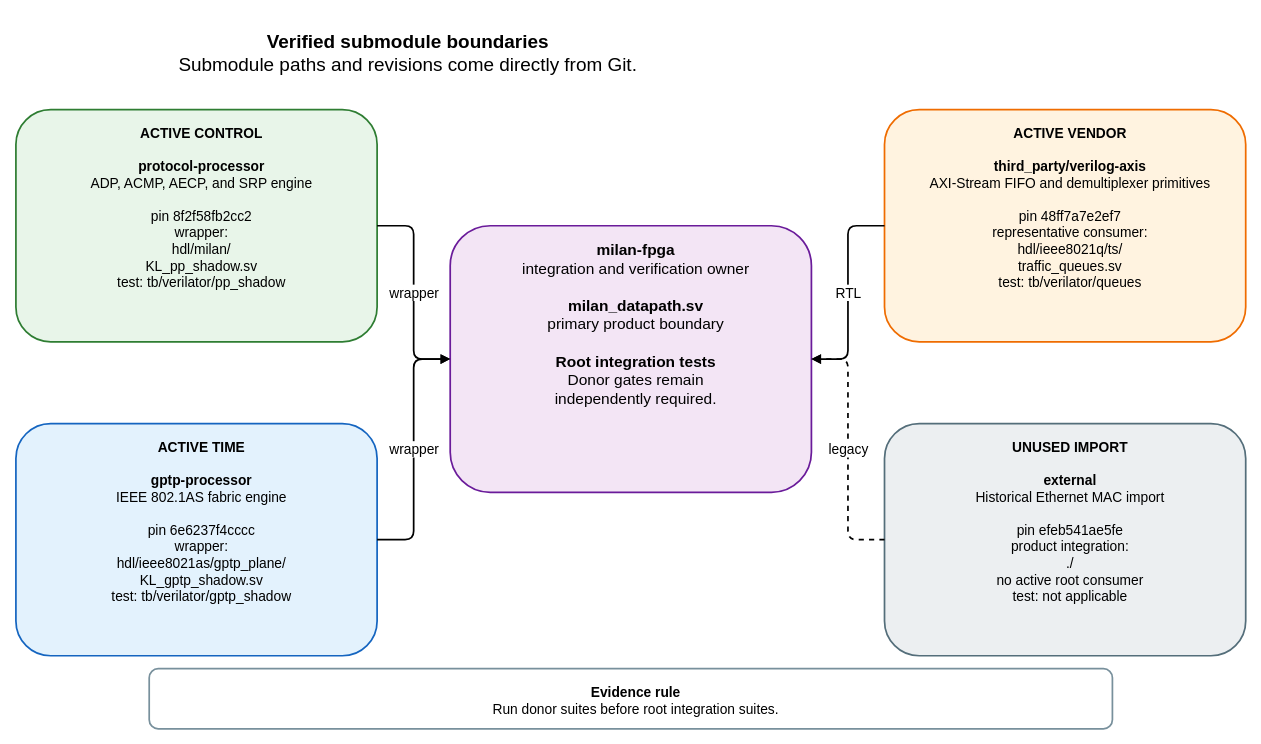
Above: docs/diagrams/submodule_boundaries.drawio in kebag-logic/milan-fpga (draw.io), before the change. Source tidied: cells renumbered, new cells numbered last; positions are measured from the earlier drawing's top-left corner, leaving out a move shared by most shapes. Both pictures are drawn from the tidied source at 86%, with x=0, y=0 at pixel (15, 15).
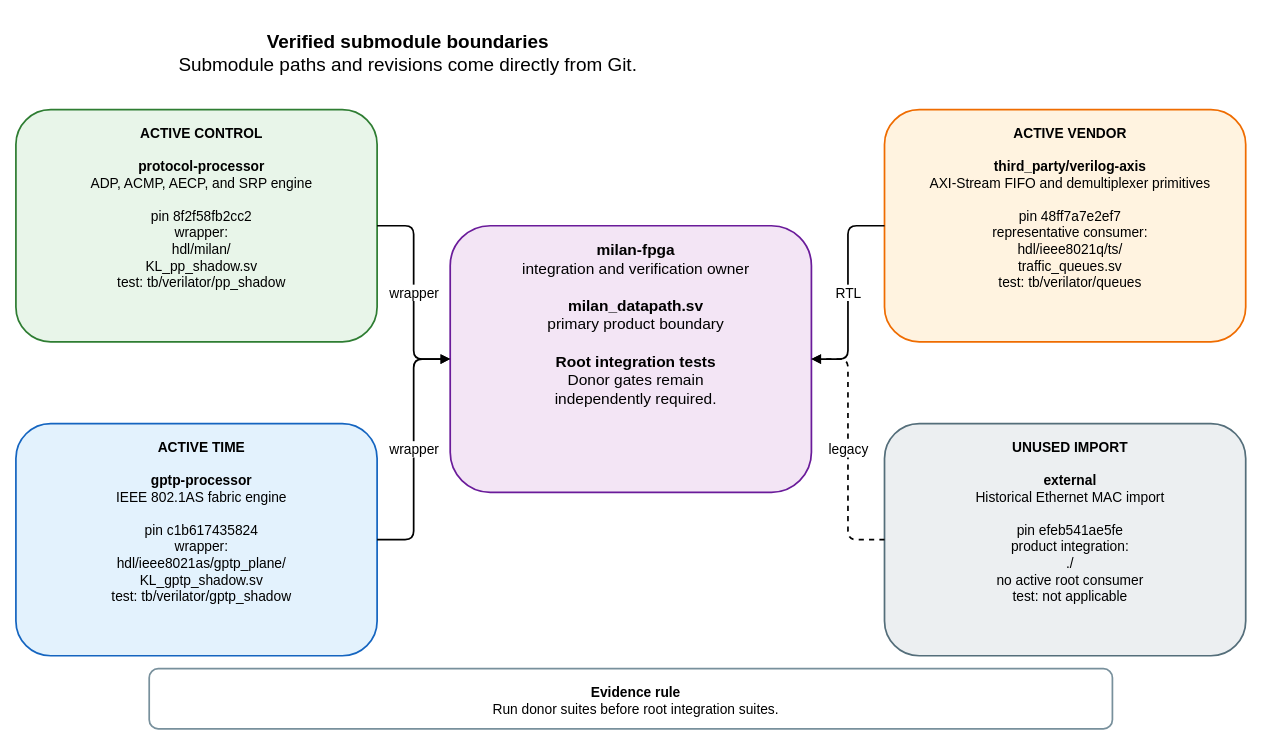
After the change.

Commit message (it also covers changes not shown here):
Repoint the donor documentation and its boundary diagram at the new pin

What changed in the source:
```diff
@@
 <mxGraphModel>
   <root>
     <mxCell id="0" />
     <mxCell id="1" parent="0" />
     <mxCell id="2" value="&lt;b&gt;Verified submodule boundaries&lt;/b&gt;&lt;br&gt;Submodule paths and revisions come directly from Git." style="rounded=1;whiteSpace=wrap;html=1;verticalAlign=top;spacingTop=12;spacingLeft=12;fontSize=22;fontFamily=Helvetica;fillColor=none;strokeColor=none;strokeWidth=2;" parent="1" vertex="1">
       <mxGeometry width="900" height="65" as="geometry" />
     </mxCell>
     <mxCell id="3" value="&lt;b&gt;milan-fpga&lt;/b&gt;&lt;br&gt;integration and verification owner&lt;br&gt;&lt;br&gt;&lt;b&gt;milan_datapath.sv&lt;/b&gt;&lt;br&gt;primary product boundary&lt;br&gt;&lt;br&gt;&lt;b&gt;Root integration tests&lt;/b&gt;&lt;br&gt;Donor gates remain&lt;br&gt;independently required." style="rounded=1;whiteSpace=wrap;html=1;verticalAlign=top;spacingTop=12;spacingLeft=12;fontSize=18;fontFamily=Helvetica;fillColor=#F3E5F5;strokeColor=#6A1B9A;strokeWidth=2;" parent="1" vertex="1">
       <mxGeometry x="505" y="245" width="420" height="310" as="geometry" />
     </mxCell>
     <mxCell id="4" value="&lt;b&gt;ACTIVE CONTROL&lt;/b&gt;&lt;br&gt;&lt;br&gt;&lt;b&gt;protocol-processor&lt;/b&gt;&lt;br&gt;ADP, ACMP, AECP, and SRP engine&lt;br&gt;&lt;br&gt;pin 8f2f58fb2cc2&lt;br&gt;wrapper:&lt;br&gt;hdl/milan/&lt;br&gt;KL_pp_shadow.sv&lt;br&gt;test: tb/verilator/pp_shadow" style="rounded=1;whiteSpace=wrap;html=1;verticalAlign=top;spacingTop=12;spacingLeft=12;fontSize=16;fontFamily=Helvetica;fillColor=#E8F5E9;strokeColor=#2E7D32;strokeWidth=2;" parent="1" vertex="1">
       <mxGeometry y="110" width="420" height="270" as="geometry" />
     </mxCell>
-    <mxCell id="5" value="&lt;b&gt;ACTIVE TIME&lt;/b&gt;&lt;br&gt;&lt;br&gt;&lt;b&gt;gptp-processor&lt;/b&gt;&lt;br&gt;IEEE 802.1AS fabric engine&lt;br&gt;&lt;br&gt;pin 6e6237f4cccc&lt;br&gt;wrapper:&lt;br&gt;hdl/ieee8021as/gptp_plane/&lt;br&gt;KL_gptp_shadow.sv&lt;br&gt;test: tb/verilator/gptp_shadow" style="rounded=1;whiteSpace=wrap;html=1;verticalAlign=top;spacingTop=12;spacingLeft=12;fontSize=16;fontFamily=Helvetica;fillColor=#E3F2FD;strokeColor=#1565C0;strokeWidth=2;" parent="1" vertex="1">
+    <mxCell id="5" value="&lt;b&gt;ACTIVE TIME&lt;/b&gt;&lt;br&gt;&lt;br&gt;&lt;b&gt;gptp-processor&lt;/b&gt;&lt;br&gt;IEEE 802.1AS fabric engine&lt;br&gt;&lt;br&gt;pin c1b617435824&lt;br&gt;wrapper:&lt;br&gt;hdl/ieee8021as/gptp_plane/&lt;br&gt;KL_gptp_shadow.sv&lt;br&gt;test: tb/verilator/gptp_shadow" style="rounded=1;whiteSpace=wrap;html=1;verticalAlign=top;spacingTop=12;spacingLeft=12;fontSize=16;fontFamily=Helvetica;fillColor=#E3F2FD;strokeColor=#1565C0;strokeWidth=2;" parent="1" vertex="1">
       <mxGeometry y="475" width="420" height="270" as="geometry" />
     </mxCell>
     <mxCell id="6" value="&lt;b&gt;ACTIVE VENDOR&lt;/b&gt;&lt;br&gt;&lt;br&gt;&lt;b&gt;third_party/verilog-axis&lt;/b&gt;&lt;br&gt;AXI-Stream FIFO and demultiplexer primitives&lt;br&gt;&lt;br&gt;pin 48ff7a7e2ef7&lt;br&gt;representative consumer:&lt;br&gt;hdl/ieee8021q/ts/&lt;br&gt;traffic_queues.sv&lt;br&gt;test: tb/verilator/queues" style="rounded=1;whiteSpace=wrap;html=1;verticalAlign=top;spacingTop=12;spacingLeft=12;fontSize=16;fontFamily=Helvetica;fillColor=#FFF3E0;strokeColor=#EF6C00;strokeWidth=2;" parent="1" vertex="1">
       <mxGeometry x="1010" y="110" width="420" height="270" as="geometry" />
     </mxCell>
     <mxCell id="7" value="&lt;b&gt;UNUSED IMPORT&lt;/b&gt;&lt;br&gt;&lt;br&gt;&lt;b&gt;external&lt;/b&gt;&lt;br&gt;Historical Ethernet MAC import&lt;br&gt;&lt;br&gt;pin efeb541ae5fe&lt;br&gt;product integration:&lt;br&gt;./&lt;br&gt;no active root consumer&lt;br&gt;test: not applicable" style="rounded=1;whiteSpace=wrap;html=1;verticalAlign=top;spacingTop=12;spacingLeft=12;fontSize=16;fontFamily=Helvetica;fillColor=#ECEFF1;strokeColor=#546E7A;strokeWidth=2;" parent="1" vertex="1">
       <mxGeometry x="1010" y="475" width="420" height="270" as="geometry" />
     </mxCell>
     <mxCell id="8" value="wrapper" style="edgeStyle=orthogonalEdgeStyle;rounded=1;jettySize=auto;html=1;endArrow=block;endFill=1;strokeWidth=2;fontSize=16;fontFamily=Helvetica;labelBackgroundColor=#FFFFFF;" parent="1" edge="1" source="4" target="3">
       <mxGeometry relative="1" as="geometry" />
     </mxCell>
     <mxCell id="9" value="wrapper" style="edgeStyle=orthogonalEdgeStyle;rounded=1;jettySize=auto;html=1;endArrow=block;endFill=1;strokeWidth=2;fontSize=16;fontFamily=Helvetica;labelBackgroundColor=#FFFFFF;" parent="1" edge="1" source="5" target="3">
       <mxGeometry relative="1" as="geometry" />
     </mxCell>
     <mxCell id="10" value="RTL" style="edgeStyle=orthogonalEdgeStyle;rounded=1;jettySize=auto;html=1;endArrow=block;endFill=1;strokeWidth=2;fontSize=16;fontFamily=Helvetica;labelBackgroundColor=#FFFFFF;" parent="1" edge="1" source="6" target="3">
       <mxGeometry relative="1" as="geometry" />
     </mxCell>
     <mxCell id="11" value="legacy" style="edgeStyle=orthogonalEdgeStyle;rounded=1;jettySize=auto;html=1;endArrow=block;endFill=1;strokeWidth=2;fontSize=16;fontFamily=Helvetica;labelBackgroundColor=#FFFFFF;dashed=1;" parent="1" edge="1" source="7" target="3">
       <mxGeometry relative="1" as="geometry" />
     </mxCell>
     <mxCell id="12" value="&lt;b&gt;Evidence rule&lt;/b&gt;&lt;br&gt;Run donor suites before root integration suites." style="rounded=1;whiteSpace=wrap;html=1;verticalAlign=top;spacingTop=12;spacingLeft=12;fontSize=16;fontFamily=Helvetica;fillColor=#FFFFFF;strokeColor=#78909C;strokeWidth=2;" parent="1" vertex="1">
       <mxGeometry x="155" y="760" width="1120" height="70" as="geometry" />
     </mxCell>
   </root>
 </mxGraphModel>
```
